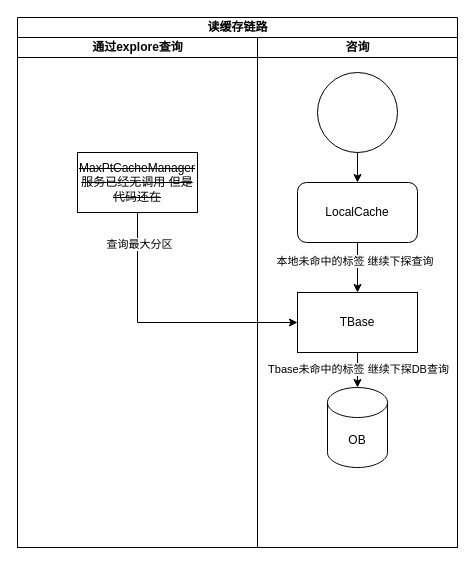
Earlier version of the draw.io diagram doc/draw/特征缓存读取一览图.drawio (LiYeLin/fruitSellerClient). Source tidied: cells renumbered, new cells numbered last; positions are measured from the earlier drawing's top-left corner, leaving out a move shared by most shapes. Both pictures are drawn from the tidied source at 100%, with x=0, y=0 at pixel (17, 17).
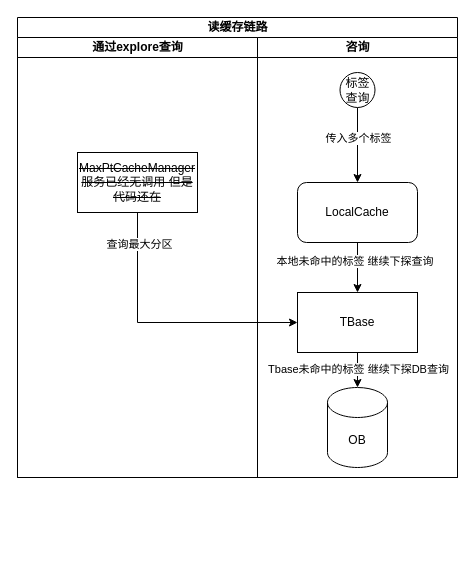
Above is the later version.

Commit message (it also covers changes not shown here):
更新特征缓存读取一览图.drawio

What changed in the source:
```diff
@@
 <mxGraphModel>
   <root>
     <mxCell id="0" />
     <mxCell id="1" parent="0" />
     <mxCell id="2" value="读缓存链路" style="swimlane;startSize=20;html=1;" parent="1" vertex="1">
-      <mxGeometry width="440" height="530" as="geometry" />
+      <mxGeometry width="440" height="460" as="geometry" />
     </mxCell>
     <mxCell id="3" value="通过explore查询" style="swimlane;startSize=20;html=1;" parent="2" vertex="1">
-      <mxGeometry y="20" width="240" height="510" as="geometry" />
+      <mxGeometry y="20" width="240" height="440" as="geometry" />
     </mxCell>
     <mxCell id="4" value="&lt;strike&gt;MaxPtCacheManager&lt;br&gt;服务已经无调用 但是代码还在&lt;br&gt;&lt;/strike&gt;" style="rounded=0;whiteSpace=wrap;html=1;" parent="3" vertex="1">
       <mxGeometry x="60" y="115" width="120" height="60" as="geometry" />
     </mxCell>
     <mxCell id="5" value="咨询" style="swimlane;startSize=20;html=1;" parent="2" vertex="1">
-      <mxGeometry x="240" y="20" width="200" height="510" as="geometry" />
+      <mxGeometry x="240" y="20" width="200" height="440" as="geometry" />
     </mxCell>
     <mxCell id="6" value="TBase" style="rounded=0;whiteSpace=wrap;html=1;" parent="5" vertex="1">
       <mxGeometry x="40" y="255" width="120" height="60" as="geometry" />
     </mxCell>
     <mxCell id="7" style="edgeStyle=orthogonalEdgeStyle;rounded=0;jettySize=auto;html=1;" parent="5" edge="1" source="8" target="11">
       <mxGeometry relative="1" as="geometry" />
     </mxCell>
+    <mxCell id="17" value="传入多个标签" style="edgeLabel;html=1;align=center;verticalAlign=middle;" parent="7" vertex="1">
+      <mxGeometry x="-0.2" relative="1" as="geometry" />
+    </mxCell>
-    <mxCell id="8" style="ellipse;whiteSpace=wrap;html=1;" parent="5" vertex="1">
-      <mxGeometry x="60" y="35" width="80" height="80" as="geometry" />
+    <mxCell id="8" value="标签查询" style="ellipse;whiteSpace=wrap;html=1;" parent="5" vertex="1">
+      <mxGeometry x="82.5" y="35" width="35" height="35" as="geometry" />
     </mxCell>
     <mxCell id="9" style="edgeStyle=orthogonalEdgeStyle;rounded=0;jettySize=auto;html=1;" parent="5" edge="1" source="11" target="6">
       <mxGeometry relative="1" as="geometry" />
     </mxCell>
     <mxCell id="10" value="本地未命中的标签 继续下探查询&amp;nbsp;" style="edgeLabel;html=1;align=center;verticalAlign=middle;" parent="9" vertex="1">
       <mxGeometry x="-0.29" y="-2" relative="1" as="geometry" />
     </mxCell>
     <mxCell id="11" value="LocalCache" style="rounded=1;whiteSpace=wrap;html=1;" parent="5" vertex="1">
       <mxGeometry x="40" y="145" width="120" height="60" as="geometry" />
     </mxCell>
     <mxCell id="12" value="OB" style="shape=cylinder3;whiteSpace=wrap;html=1;boundedLbl=1;backgroundOutline=1;size=15;" parent="5" vertex="1">
       <mxGeometry x="70" y="350" width="60" height="80" as="geometry" />
     </mxCell>
     <mxCell id="13" style="edgeStyle=orthogonalEdgeStyle;rounded=0;jettySize=auto;html=1;entryX=0.5;entryY=0;entryDx=0;entryDy=0;entryPerimeter=0;" parent="5" edge="1" source="6" target="12">
       <mxGeometry relative="1" as="geometry" />
     </mxCell>
     <mxCell id="14" value="Tbase未命中的标签 继续下探DB查询" style="edgeLabel;html=1;align=center;verticalAlign=middle;" parent="13" vertex="1">
       <mxGeometry x="0.16" relative="1" as="geometry" />
     </mxCell>
     <mxCell id="15" style="edgeStyle=orthogonalEdgeStyle;rounded=0;jettySize=auto;html=1;" parent="2" edge="1" source="4">
       <mxGeometry relative="1" as="geometry">
         <mxPoint x="280" y="305" as="targetPoint" />
         <Array as="points">
           <mxPoint x="120" y="305" />
         </Array>
       </mxGeometry>
     </mxCell>
     <mxCell id="16" value="查询最大分区" style="edgeLabel;html=1;align=center;verticalAlign=middle;" parent="15" vertex="1">
       <mxGeometry x="-0.77" y="1" relative="1" as="geometry" />
     </mxCell>
   </root>
 </mxGraphModel>
```
